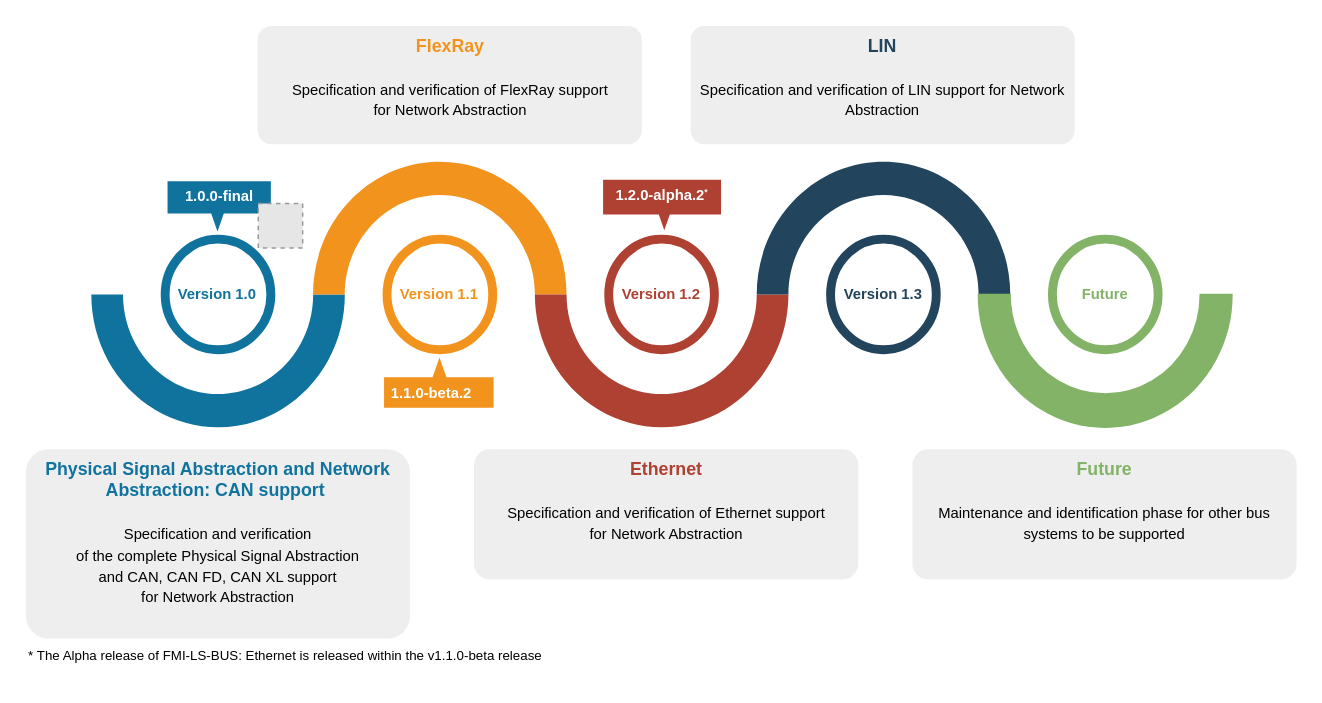
This is roadmap.drawio from modelica/fmi-ls-bus, a draw.io file, before an edit. Source tidied: cells renumbered, new cells numbered last; positions are measured from the earlier drawing's top-left corner, leaving out a move shared by most shapes. Both pictures are drawn from the tidied source at 148%, with x=0, y=0 at pixel (25, 25). Pictures stored in the file or linked from it are replaced by grey dashed boxes.
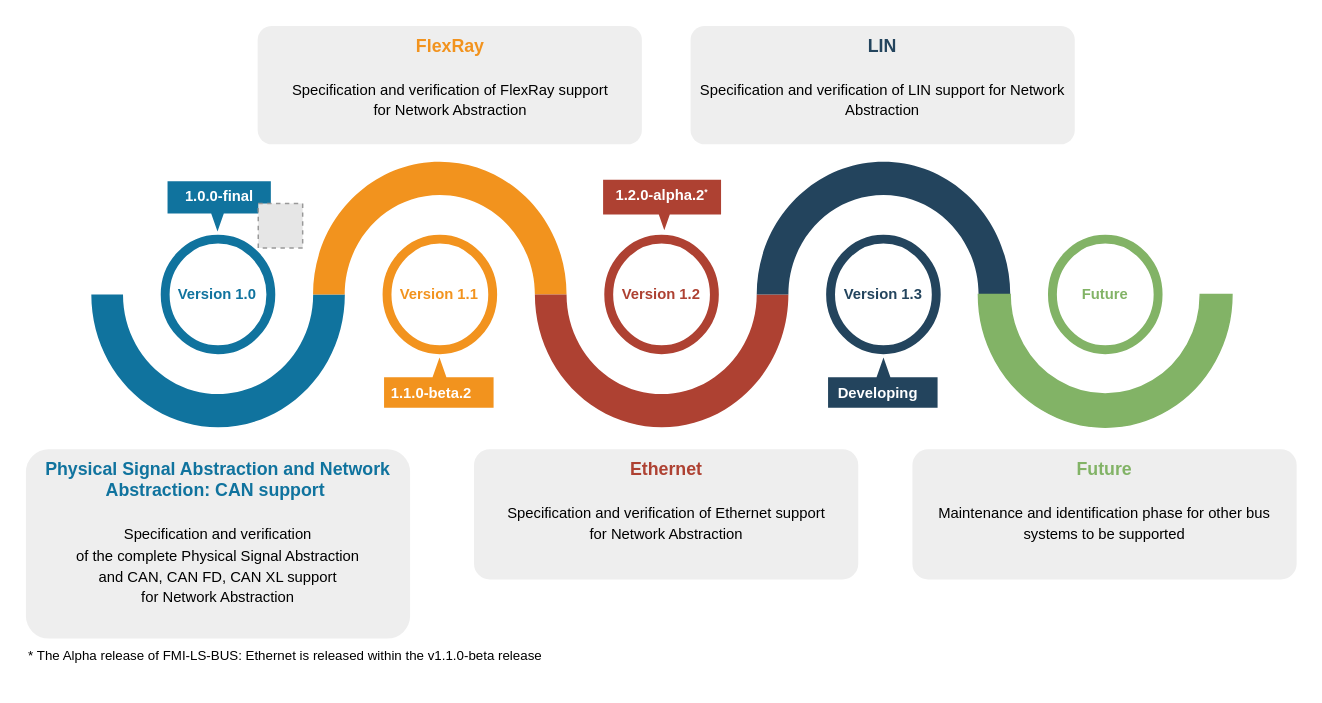
Above is the later version.

Commit message (it also covers changes not shown here):
Update roadmap regarding LIN development

What changed in the source:
```diff
@@
+    <mxCell id="23" style="html=1;whiteSpace=wrap;shape=mxgraph.infographic.barCallout;dx=36.55;dy=13.39;fillColor=#23445D;strokeColor=none;align=center;verticalAlign=top;fontColor=#ffffff;fontSize=14;fontStyle=1;shadow=0;spacingTop=-6;horizontal=1;spacingBottom=-8;rotation=-180;" parent="1" vertex="1">
+      <mxGeometry x="542" y="224" width="74" height="34" as="geometry" />
+    </mxCell>
+    <mxCell id="24" value="&lt;b style=&quot;text-wrap-mode: wrap;&quot;&gt;Developing&lt;/b&gt;" style="text;strokeColor=none;fillColor=none;html=1;fontSize=10;fontStyle=1;verticalAlign=middle;align=left;fontColor=#FFFFFF;whiteSpace=wrap;" parent="1" vertex="1">
+      <mxGeometry x="547" y="232" width="100" height="31" as="geometry" />
+    </mxCell>
```
